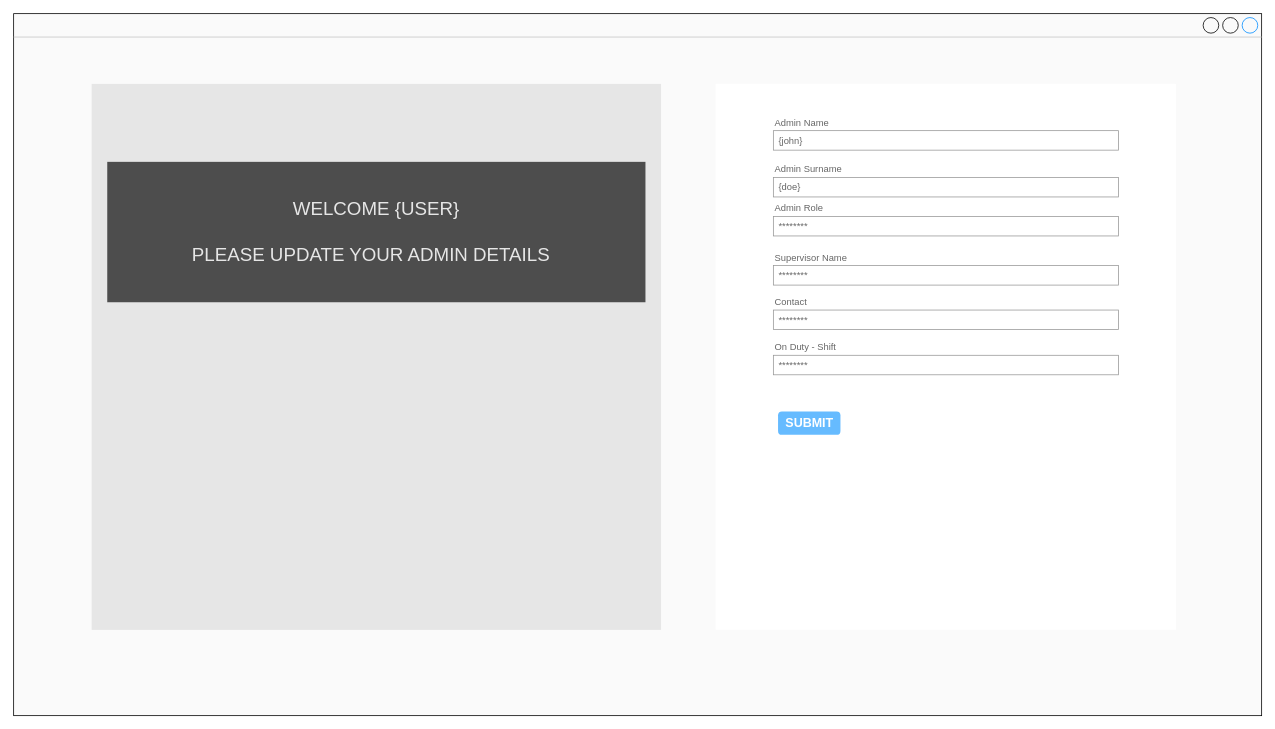
Before: page "UPDATE ADMIN DETAILS DESKTOP" (9 of 23) of SkaterPatchTimeApp.drawio in neilbenjamin/SkaterPatchTime, a draw.io diagram. Source tidied: cells renumbered, new cells numbered last; positions are measured from the earlier drawing's top-left corner, leaving out a move shared by most shapes. Both pictures are drawn from the tidied source at 78%, with x=0, y=0 at pixel (13, 13).
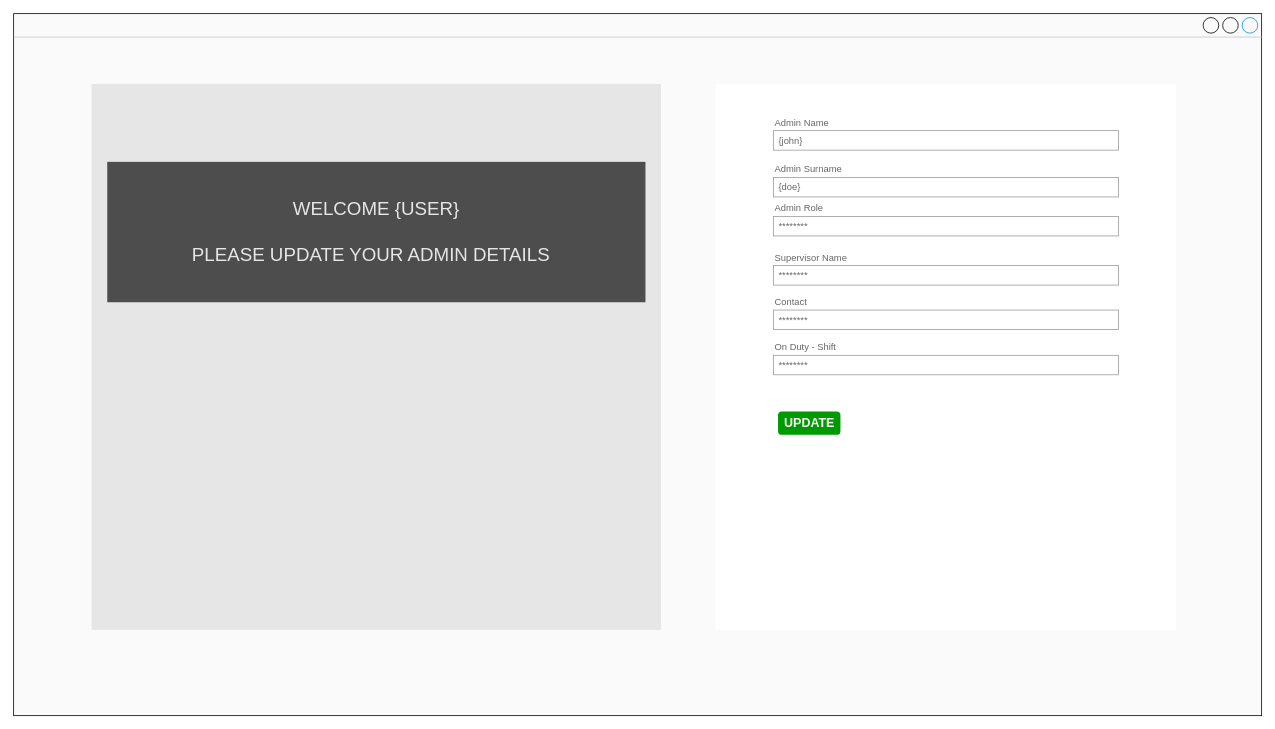
The same page after the edit.

Unchanged cells that the change refers to:
```xml
<mxCell id="5" style="strokeWidth=1;shadow=0;dashed=0;align=center;html=1;shape=mxgraph.mockup.forms.rrect;rSize=0;strokeColor=none;fillColor=#ffffff;" parent="1" vertex="1">
  <mxGeometry x="900" y="90" width="590" height="700" as="geometry" />
</mxCell>
```

Diff of the diagram source:
```diff
@@
-    <mxCell id="11" value="SUBMIT" style="strokeWidth=1;shadow=0;dashed=0;align=center;html=1;shape=mxgraph.mockup.forms.rrect;rSize=5;strokeColor=none;fontColor=#ffffff;fillColor=#66bbff;fontSize=16;fontStyle=1;" parent="5" vertex="1">
+    <mxCell id="11" value="UPDATE" style="strokeWidth=1;shadow=0;dashed=0;align=center;html=1;shape=mxgraph.mockup.forms.rrect;rSize=5;strokeColor=none;fontColor=#ffffff;fillColor=#009900;fontSize=16;fontStyle=1;" parent="5" vertex="1">
       <mxGeometry y="1" width="80" height="30" relative="1" as="geometry">
         <mxPoint x="80" y="-280" as="offset" />
       </mxGeometry>
     </mxCell>
```
